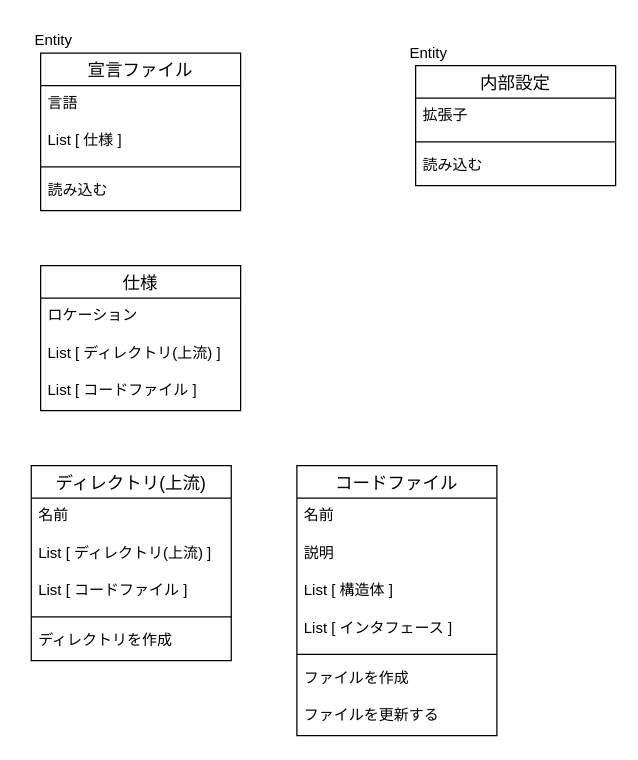
Before: design.dio in asweed888/clerk, a draw.io diagram. Source tidied: cells renumbered, new cells numbered last; positions are measured from the earlier drawing's top-left corner, leaving out a move shared by most shapes. Both pictures are drawn from the tidied source at 125%, with x=0, y=0 at pixel (21, 28).
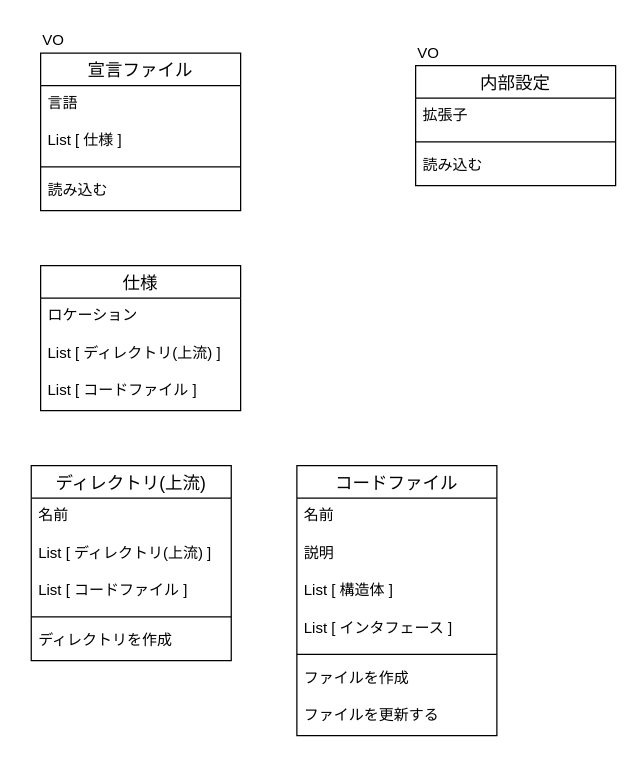
After the change.

Commit message:
EntityではなくVOに修正

The change refers to these unchanged cells:
```xml
<mxCell id="2" style="group;" parent="1" vertex="1">
  <mxGeometry width="175" height="136" as="geometry" />
</mxCell>
<mxCell id="9" style="group;" parent="1" vertex="1">
  <mxGeometry x="300" y="10" width="175" height="106" as="geometry" />
</mxCell>
```

The edit, as a diff of the source:
```diff
@@
-    <mxCell id="8" value="Entity" style="text;html=1;align=center;verticalAlign=middle;strokeColor=none;fillColor=none;" parent="2" vertex="1">
-      <mxGeometry width="50" height="20" as="geometry" />
+    <mxCell id="8" value="VO" style="text;html=1;align=center;verticalAlign=middle;strokeColor=none;fillColor=none;" parent="2" vertex="1">
+      <mxGeometry x="5" y="-5" width="40" height="30" as="geometry" />
     </mxCell>
@@
-    <mxCell id="14" value="Entity" style="text;html=1;align=center;verticalAlign=middle;strokeColor=none;fillColor=none;" parent="9" vertex="1">
-      <mxGeometry width="50" height="20" as="geometry" />
+    <mxCell id="14" value="VO" style="text;html=1;align=center;verticalAlign=middle;strokeColor=none;fillColor=none;" parent="9" vertex="1">
+      <mxGeometry x="5" y="-5" width="40" height="30" as="geometry" />
     </mxCell>
```
